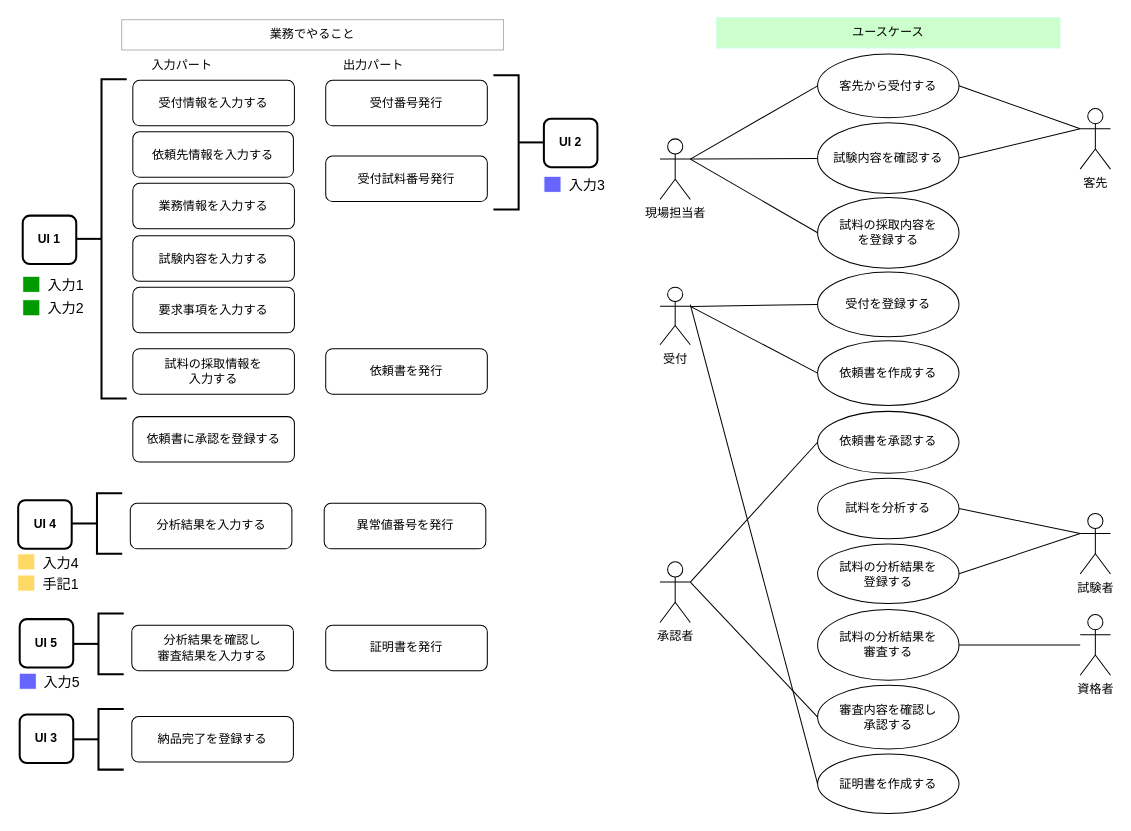
The draw.io diagram page "現状把握" (3 of 5) of 試料分析システム.drawio in kaoru387/draw.io, before the edit. Source tidied: cells renumbered, new cells numbered last; positions are measured from the earlier drawing's top-left corner, leaving out a move shared by most shapes. Both pictures are drawn from the tidied source at 101%, with x=0, y=0 at pixel (17, 17).
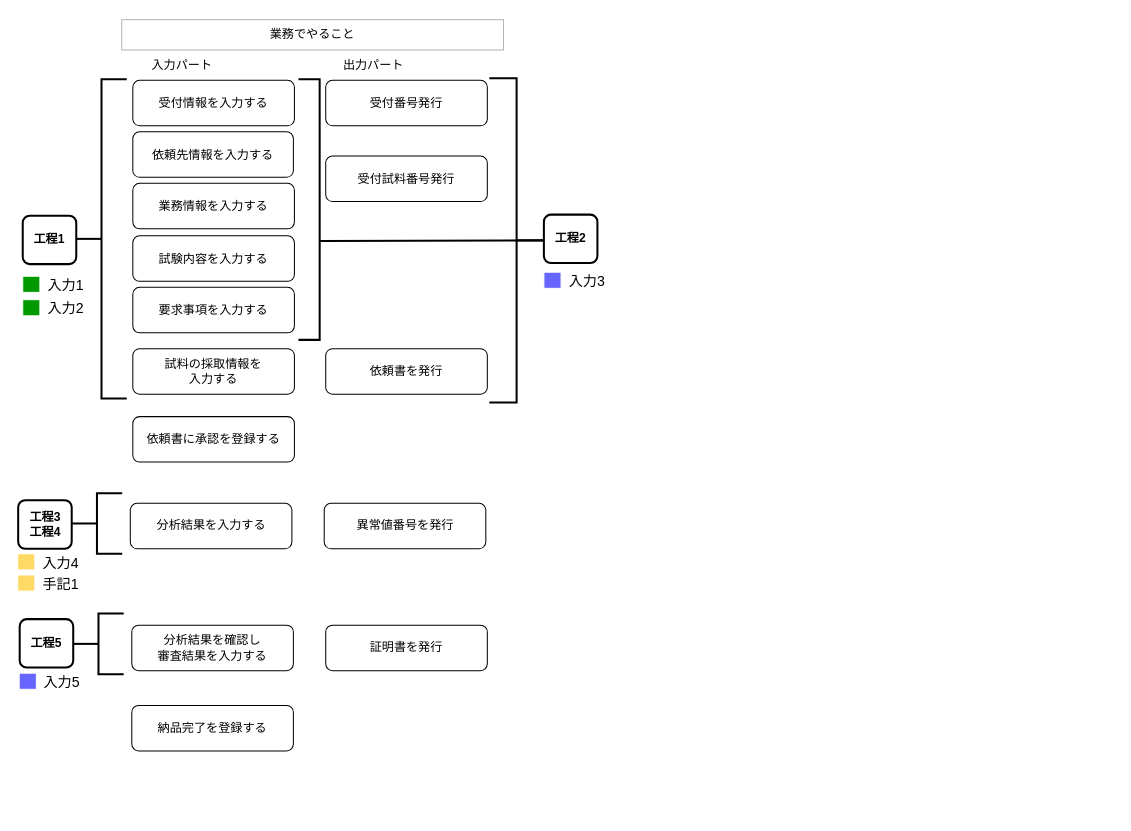
The same diagram, later.

The edit, as a diff of the source:
```diff
@@
-    <mxCell id="2" value="客先から受付する" style="ellipse;whiteSpace=wrap;html=1;" parent="1" vertex="1">
-      <mxGeometry x="792" y="36" width="140" height="63" as="geometry" />
-    </mxCell>
-    <mxCell id="3" value="試験内容を確認する" style="ellipse;whiteSpace=wrap;html=1;" parent="1" vertex="1">
-      <mxGeometry x="792" y="104" width="140" height="70" as="geometry" />
-    </mxCell>
-    <mxCell id="4" value="受付を登録する" style="ellipse;whiteSpace=wrap;html=1;" parent="1" vertex="1">
-      <mxGeometry x="792" y="251.8" width="140" height="64.2" as="geometry" />
-    </mxCell>
-    <mxCell id="5" value="依頼書を作成する" style="ellipse;whiteSpace=wrap;html=1;" parent="1" vertex="1">
-      <mxGeometry x="792" y="319.8" width="140" height="64.2" as="geometry" />
-    </mxCell>
-    <mxCell id="6" value="試料を分析する" style="ellipse;whiteSpace=wrap;html=1;" parent="1" vertex="1">
-      <mxGeometry x="792" y="456" width="140" height="60" as="geometry" />
-    </mxCell>
-    <mxCell id="7" value="試料の分析結果を&lt;br&gt;登録する" style="ellipse;whiteSpace=wrap;html=1;" parent="1" vertex="1">
-      <mxGeometry x="792" y="521" width="140" height="59" as="geometry" />
-    </mxCell>
-    <mxCell id="8" value="試料の分析結果を&lt;br&gt;審査する" style="ellipse;whiteSpace=wrap;html=1;" parent="1" vertex="1">
-      <mxGeometry x="792" y="586" width="140" height="70" as="geometry" />
-    </mxCell>
-    <mxCell id="9" value="依頼書を承認する" style="ellipse;whiteSpace=wrap;html=1;" parent="1" vertex="1">
-      <mxGeometry x="792" y="389.8" width="140" height="61.2" as="geometry" />
-    </mxCell>
-    <mxCell id="10" value="審査内容を確認し&lt;br&gt;承認する" style="ellipse;whiteSpace=wrap;html=1;" parent="1" vertex="1">
-      <mxGeometry x="792" y="661" width="140" height="63" as="geometry" />
-    </mxCell>
-    <mxCell id="11" value="証明書を作成する" style="ellipse;whiteSpace=wrap;html=1;" parent="1" vertex="1">
-      <mxGeometry x="792" y="729" width="140" height="59" as="geometry" />
-    </mxCell>
-    <mxCell id="12" value="受付" style="shape=umlActor;verticalLabelPosition=bottom;verticalAlign=top;html=1;" parent="1" vertex="1">
-      <mxGeometry x="636" y="266.8" width="30" height="57" as="geometry" />
-    </mxCell>
-    <mxCell id="13" value="現場担当者" style="shape=umlActor;verticalLabelPosition=bottom;verticalAlign=top;html=1;" parent="1" vertex="1">
-      <mxGeometry x="636" y="120" width="30" height="60" as="geometry" />
-    </mxCell>
-    <mxCell id="14" value="試験者" style="shape=umlActor;verticalLabelPosition=bottom;verticalAlign=top;html=1;" parent="1" vertex="1">
-      <mxGeometry x="1052" y="490.8" width="30" height="60" as="geometry" />
-    </mxCell>
-    <mxCell id="15" value="資格者" style="shape=umlActor;verticalLabelPosition=bottom;verticalAlign=top;html=1;" parent="1" vertex="1">
-      <mxGeometry x="1052" y="591" width="30" height="60" as="geometry" />
-    </mxCell>
-    <mxCell id="16" value="承認者" style="shape=umlActor;verticalLabelPosition=bottom;verticalAlign=top;html=1;" parent="1" vertex="1">
-      <mxGeometry x="636" y="538.8" width="30" height="60" as="geometry" />
-    </mxCell>
-    <mxCell id="17" value="客先" style="shape=umlActor;verticalLabelPosition=bottom;verticalAlign=top;html=1;" parent="1" vertex="1">
-      <mxGeometry x="1052" y="90" width="30" height="60" as="geometry" />
-    </mxCell>
-    <mxCell id="18" style="endArrow=none;html=1;rounded=0;entryX=0;entryY=0.5;entryDx=0;entryDy=0;exitX=1;exitY=0.3333333333333333;exitDx=0;exitDy=0;exitPerimeter=0;" parent="1" edge="1" source="13" target="2">
-      <mxGeometry relative="1" as="geometry" />
-    </mxCell>
-    <mxCell id="19" style="endArrow=none;html=1;rounded=0;exitX=1;exitY=0.3333333333333333;exitDx=0;exitDy=0;exitPerimeter=0;" parent="1" edge="1" source="13" target="3">
-      <mxGeometry relative="1" as="geometry" />
-    </mxCell>
-    <mxCell id="20" style="endArrow=none;html=1;rounded=0;exitX=1;exitY=0.5;exitDx=0;exitDy=0;entryX=0;entryY=0.3333333333333333;entryDx=0;entryDy=0;entryPerimeter=0;" parent="1" edge="1" source="2" target="17">
-      <mxGeometry relative="1" as="geometry" />
-    </mxCell>
-    <mxCell id="21" style="endArrow=none;html=1;rounded=0;exitX=1;exitY=0.5;exitDx=0;exitDy=0;entryX=0;entryY=0.3333333333333333;entryDx=0;entryDy=0;entryPerimeter=0;" parent="1" edge="1" source="3" target="17">
-      <mxGeometry relative="1" as="geometry" />
-    </mxCell>
-    <mxCell id="22" value="試料の採取内容を&lt;br&gt;を登録する" style="ellipse;whiteSpace=wrap;html=1;" parent="1" vertex="1">
-      <mxGeometry x="792" y="178" width="140" height="70" as="geometry" />
-    </mxCell>
-    <mxCell id="23" style="endArrow=none;html=1;rounded=0;entryX=0;entryY=0.5;entryDx=0;entryDy=0;" parent="1" edge="1" target="4">
-      <mxGeometry relative="1" as="geometry">
-        <mxPoint x="667" y="286" as="sourcePoint" />
-      </mxGeometry>
-    </mxCell>
-    <mxCell id="24" style="endArrow=none;html=1;rounded=0;entryX=0;entryY=0.5;entryDx=0;entryDy=0;exitX=1;exitY=0.3333333333333333;exitDx=0;exitDy=0;exitPerimeter=0;" parent="1" edge="1" source="12" target="5">
-      <mxGeometry relative="1" as="geometry" />
-    </mxCell>
-    <mxCell id="25" style="endArrow=none;html=1;rounded=0;entryX=0;entryY=0.5;entryDx=0;entryDy=0;exitX=1;exitY=0.3333333333333333;exitDx=0;exitDy=0;exitPerimeter=0;" parent="1" edge="1" source="16" target="9">
-      <mxGeometry relative="1" as="geometry" />
-    </mxCell>
-    <mxCell id="26" style="endArrow=none;html=1;rounded=0;entryX=0;entryY=0.3333333333333333;entryDx=0;entryDy=0;exitX=1;exitY=0.5;exitDx=0;exitDy=0;entryPerimeter=0;" parent="1" edge="1" source="6" target="14">
-      <mxGeometry relative="1" as="geometry" />
-    </mxCell>
-    <mxCell id="27" style="endArrow=none;html=1;rounded=0;entryX=0;entryY=0.3333333333333333;entryDx=0;entryDy=0;exitX=1;exitY=0.5;exitDx=0;exitDy=0;entryPerimeter=0;" parent="1" edge="1" source="7" target="14">
-      <mxGeometry relative="1" as="geometry" />
-    </mxCell>
-    <mxCell id="28" style="endArrow=none;html=1;rounded=0;" parent="1" edge="1" source="8" target="15">
-      <mxGeometry relative="1" as="geometry" />
-    </mxCell>
-    <mxCell id="29" style="endArrow=none;html=1;rounded=0;entryX=0;entryY=0.5;entryDx=0;entryDy=0;exitX=1;exitY=0.3333333333333333;exitDx=0;exitDy=0;exitPerimeter=0;" parent="1" edge="1" source="16" target="10">
-      <mxGeometry relative="1" as="geometry" />
-    </mxCell>
-    <mxCell id="30" style="endArrow=none;html=1;rounded=0;exitX=1;exitY=0.3333333333333333;exitDx=0;exitDy=0;exitPerimeter=0;entryX=0;entryY=0.5;entryDx=0;entryDy=0;" parent="1" edge="1" source="13" target="22">
-      <mxGeometry relative="1" as="geometry" />
-    </mxCell>
-    <mxCell id="31" value="ユースケース" style="rounded=0;whiteSpace=wrap;html=1;fillColor=#CCFFCC;shadow=0;strokeColor=#CCFFE6;" parent="1" vertex="1">
-      <mxGeometry x="692" width="340" height="30" as="geometry" />
-    </mxCell>
-    <mxCell id="32" style="endArrow=none;html=1;rounded=0;entryX=0;entryY=0.5;entryDx=0;entryDy=0;" parent="1" edge="1" target="11">
-      <mxGeometry relative="1" as="geometry">
-        <mxPoint x="666" y="284" as="sourcePoint" />
-      </mxGeometry>
-    </mxCell>
@@
-    <mxCell id="51" value="&lt;b&gt;UI 1&lt;/b&gt;" style="rounded=1;whiteSpace=wrap;html=1;absoluteArcSize=1;arcSize=14;strokeWidth=2;" parent="1" vertex="1">
+    <mxCell id="51" value="&lt;b&gt;工程1&lt;/b&gt;" style="rounded=1;whiteSpace=wrap;html=1;absoluteArcSize=1;arcSize=14;strokeWidth=2;" parent="1" vertex="1">
       <mxGeometry x="5" y="196" width="53" height="48" as="geometry" />
     </mxCell>
@@
     <mxCell id="54" style="strokeWidth=2;html=1;shape=mxgraph.flowchart.annotation_2;align=left;labelPosition=right;rotation=-180;" parent="1" vertex="1">
-      <mxGeometry x="471" y="57" width="50" height="133" as="geometry" />
+      <mxGeometry x="467" y="60" width="54" height="321" as="geometry" />
     </mxCell>
-    <mxCell id="55" value="&lt;b&gt;UI 2&lt;/b&gt;" style="rounded=1;whiteSpace=wrap;html=1;absoluteArcSize=1;arcSize=14;strokeWidth=2;" parent="1" vertex="1">
-      <mxGeometry x="521" y="100" width="53" height="48" as="geometry" />
+    <mxCell id="55" value="&lt;b style=&quot;border-color: var(--border-color);&quot;&gt;工程2&lt;/b&gt;" style="rounded=1;whiteSpace=wrap;html=1;absoluteArcSize=1;arcSize=14;strokeWidth=2;" parent="1" vertex="1">
+      <mxGeometry x="521" y="195" width="53" height="48" as="geometry" />
     </mxCell>
     <mxCell id="56" style="html=1;dashed=0;whiteSpace=wrap;strokeColor=#FFFFFF;direction=south;fillColor=#6666FF;" parent="1" vertex="1">
-      <mxGeometry x="521" y="157" width="17" height="16" as="geometry" />
+      <mxGeometry x="521" y="252" width="17" height="16" as="geometry" />
     </mxCell>
     <mxCell id="57" value="入力3" style="text;html=1;strokeColor=none;fillColor=none;align=left;verticalAlign=middle;whiteSpace=wrap;rounded=0;fontSize=14;" parent="1" vertex="1">
-      <mxGeometry x="543.5" y="156" width="39.5" height="20" as="geometry" />
+      <mxGeometry x="543.5" y="251" width="39.5" height="20" as="geometry" />
     </mxCell>
@@
-    <mxCell id="62" value="&lt;b&gt;UI 4&lt;/b&gt;" style="rounded=1;whiteSpace=wrap;html=1;absoluteArcSize=1;arcSize=14;strokeWidth=2;" parent="1" vertex="1">
+    <mxCell id="62" value="&lt;b&gt;工程3&lt;br&gt;工程4&lt;br&gt;&lt;/b&gt;" style="rounded=1;whiteSpace=wrap;html=1;absoluteArcSize=1;arcSize=14;strokeWidth=2;" parent="1" vertex="1">
       <mxGeometry x="0.5" y="477.8" width="53" height="48" as="geometry" />
     </mxCell>
     <mxCell id="63" value="納品完了を登録する" style="rounded=1;whiteSpace=wrap;html=1;" parent="1" vertex="1">
-      <mxGeometry x="113" y="692" width="160" height="45" as="geometry" />
+      <mxGeometry x="113" y="681" width="160" height="45" as="geometry" />
     </mxCell>
-    <mxCell id="64" value="&lt;b&gt;UI 5&lt;/b&gt;" style="rounded=1;whiteSpace=wrap;html=1;absoluteArcSize=1;arcSize=14;strokeWidth=2;" parent="1" vertex="1">
+    <mxCell id="64" value="&lt;b&gt;工程5&lt;/b&gt;" style="rounded=1;whiteSpace=wrap;html=1;absoluteArcSize=1;arcSize=14;strokeWidth=2;" parent="1" vertex="1">
       <mxGeometry x="2" y="595.5" width="53" height="48" as="geometry" />
     </mxCell>
-    <mxCell id="65" style="strokeWidth=2;html=1;shape=mxgraph.flowchart.annotation_2;align=left;labelPosition=right;" parent="1" vertex="1">
-      <mxGeometry x="55" y="684.5" width="50" height="60" as="geometry" />
-    </mxCell>
-    <mxCell id="66" value="&lt;b&gt;UI 3&lt;/b&gt;" style="rounded=1;whiteSpace=wrap;html=1;absoluteArcSize=1;arcSize=14;strokeWidth=2;" parent="1" vertex="1">
-      <mxGeometry x="2" y="690" width="53" height="48" as="geometry" />
-    </mxCell>
@@
+    <mxCell id="73" style="strokeWidth=2;html=1;shape=mxgraph.flowchart.annotation_1;align=left;rotation=-180;" parent="1" vertex="1">
+      <mxGeometry x="278" y="61" width="21" height="258" as="geometry" />
+    </mxCell>
+    <mxCell id="74" style="endArrow=none;html=1;rounded=0;strokeWidth=2;exitX=0;exitY=0.5;exitDx=0;exitDy=0;exitPerimeter=0;" parent="1" edge="1" source="54">
+      <mxGeometry relative="1" as="geometry">
+        <mxPoint x="299" y="221" as="targetPoint" />
+      </mxGeometry>
+    </mxCell>
```
